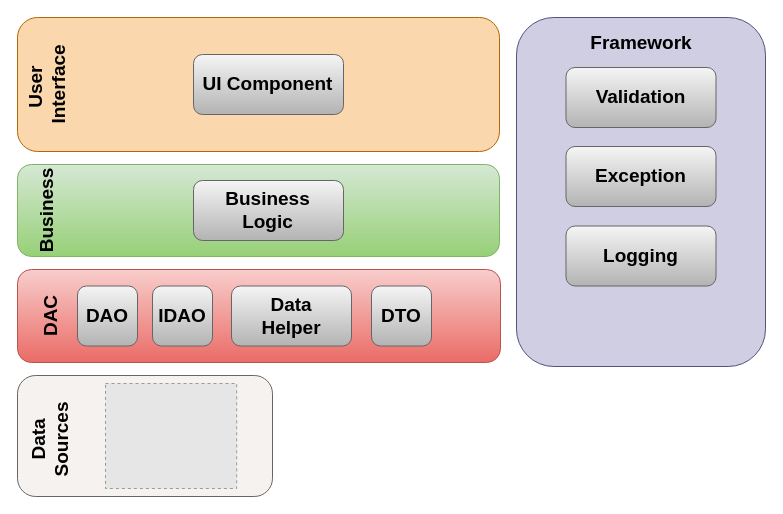
Before: Prj_SistemaGestionChoferes/Design/DiagramaArquitectura.dio in Santi-Dela-Cruz/Prj_SistemaGestionChoferes, a draw.io diagram. Source tidied: cells renumbered, new cells numbered last; positions are measured from the earlier drawing's top-left corner, leaving out a move shared by most shapes. Both pictures are drawn from the tidied source at 100%, with x=0, y=0 at pixel (17, 17). Pictures stored in the file or linked from it are replaced by grey dashed boxes.
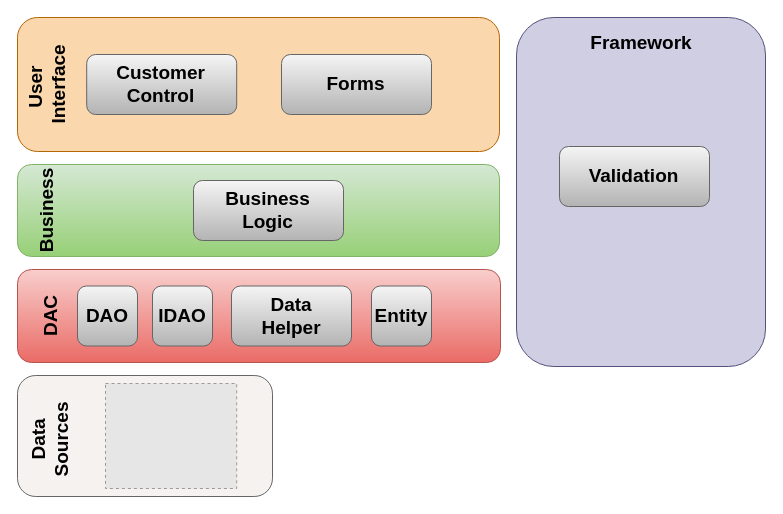
The same page after the edit.

What changed in the source:
```diff
@@
     <mxCell id="12" style="rounded=1;whiteSpace=wrap;html=1;fontSize=19;fillColor=#f5f5f5;gradientColor=#b3b3b3;strokeColor=#666666;" parent="1" vertex="1">
-      <mxGeometry x="176" y="37" width="150" height="60" as="geometry" />
+      <mxGeometry x="69.2" y="37" width="150" height="60" as="geometry" />
     </mxCell>
@@
-    <mxCell id="15" value="UI Component" style="text;html=1;strokeColor=none;fillColor=none;align=center;verticalAlign=middle;whiteSpace=wrap;rounded=0;fontStyle=1;fontColor=#000000;fontSize=19;rotation=0;" parent="1" vertex="1">
-      <mxGeometry x="183" y="52" width="135" height="30" as="geometry" />
+    <mxCell id="15" value="Customer Control" style="text;html=1;strokeColor=none;fillColor=none;align=center;verticalAlign=middle;whiteSpace=wrap;rounded=0;fontStyle=1;fontColor=#000000;fontSize=19;rotation=0;" parent="1" vertex="1">
+      <mxGeometry x="76.2" y="52" width="135" height="30" as="geometry" />
     </mxCell>
@@
-    <mxCell id="23" value="DTO" style="text;html=1;strokeColor=none;fillColor=none;align=center;verticalAlign=middle;whiteSpace=wrap;rounded=0;fontStyle=1;fontColor=#000000;fontSize=19;rotation=0;" parent="1" vertex="1">
+    <mxCell id="23" value="Entity" style="text;html=1;strokeColor=none;fillColor=none;align=center;verticalAlign=middle;whiteSpace=wrap;rounded=0;fontStyle=1;fontColor=#000000;fontSize=19;rotation=0;" parent="1" vertex="1">
       <mxGeometry x="351" y="283.5" width="66" height="30" as="geometry" />
     </mxCell>
@@
     <mxCell id="25" style="rounded=1;whiteSpace=wrap;html=1;fontSize=19;fillColor=#f5f5f5;gradientColor=#b3b3b3;strokeColor=#666666;" parent="1" vertex="1">
-      <mxGeometry x="548.5" y="50" width="150" height="60" as="geometry" />
+      <mxGeometry x="542" y="129" width="150" height="60" as="geometry" />
     </mxCell>
     <mxCell id="26" value="Validation" style="text;html=1;strokeColor=none;fillColor=none;align=center;verticalAlign=middle;whiteSpace=wrap;rounded=0;fontStyle=1;fontColor=#000000;fontSize=19;rotation=0;" parent="1" vertex="1">
-      <mxGeometry x="555.5" y="65" width="135" height="30" as="geometry" />
+      <mxGeometry x="549" y="144" width="135" height="30" as="geometry" />
     </mxCell>
-    <mxCell id="27" style="rounded=1;whiteSpace=wrap;html=1;fontSize=19;fillColor=#f5f5f5;gradientColor=#b3b3b3;strokeColor=#666666;" parent="1" vertex="1">
-      <mxGeometry x="548.5" y="129" width="150" height="60" as="geometry" />
-    </mxCell>
-    <mxCell id="28" value="Exception" style="text;html=1;strokeColor=none;fillColor=none;align=center;verticalAlign=middle;whiteSpace=wrap;rounded=0;fontStyle=1;fontColor=#000000;fontSize=19;rotation=0;" parent="1" vertex="1">
-      <mxGeometry x="555.5" y="144" width="135" height="30" as="geometry" />
-    </mxCell>
-    <mxCell id="29" style="rounded=1;whiteSpace=wrap;html=1;fontSize=19;fillColor=#f5f5f5;gradientColor=#b3b3b3;strokeColor=#666666;" parent="1" vertex="1">
-      <mxGeometry x="548.5" y="208.5" width="150" height="60" as="geometry" />
-    </mxCell>
-    <mxCell id="30" value="Logging" style="text;html=1;strokeColor=none;fillColor=none;align=center;verticalAlign=middle;whiteSpace=wrap;rounded=0;fontStyle=1;fontColor=#000000;fontSize=19;rotation=0;" parent="1" vertex="1">
-      <mxGeometry x="555.5" y="223.5" width="135" height="30" as="geometry" />
+    <mxCell id="30" style="rounded=1;whiteSpace=wrap;html=1;fontSize=19;fillColor=#f5f5f5;gradientColor=#b3b3b3;strokeColor=#666666;" parent="1" vertex="1">
+      <mxGeometry x="264" y="37" width="150" height="60" as="geometry" />
     </mxCell>
+    <mxCell id="31" value="Forms" style="text;html=1;strokeColor=none;fillColor=none;align=center;verticalAlign=middle;whiteSpace=wrap;rounded=0;fontStyle=1;fontColor=#000000;fontSize=19;rotation=0;" parent="1" vertex="1">
+      <mxGeometry x="271" y="52" width="135" height="30" as="geometry" />
+    </mxCell>
```
